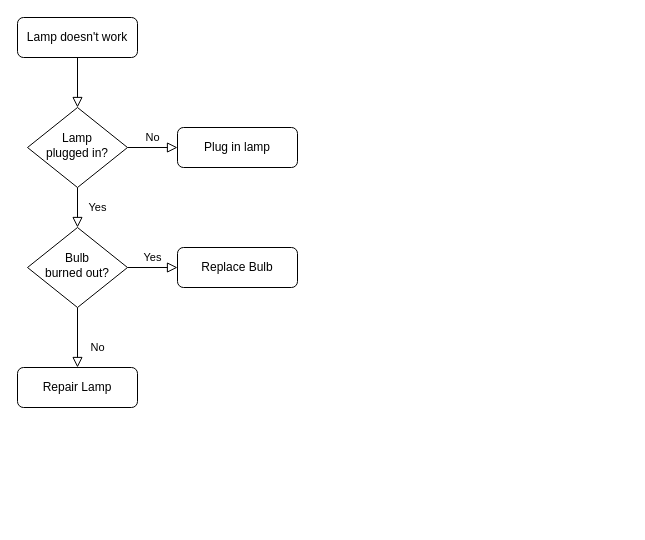
Before: draw/MembershipAPI.drawio in jefo/drawio, a draw.io diagram. Source tidied: cells renumbered, new cells numbered last; positions are measured from the earlier drawing's top-left corner, leaving out a move shared by most shapes. Both pictures are drawn from the tidied source at 100%, with x=0, y=0 at pixel (17, 17).
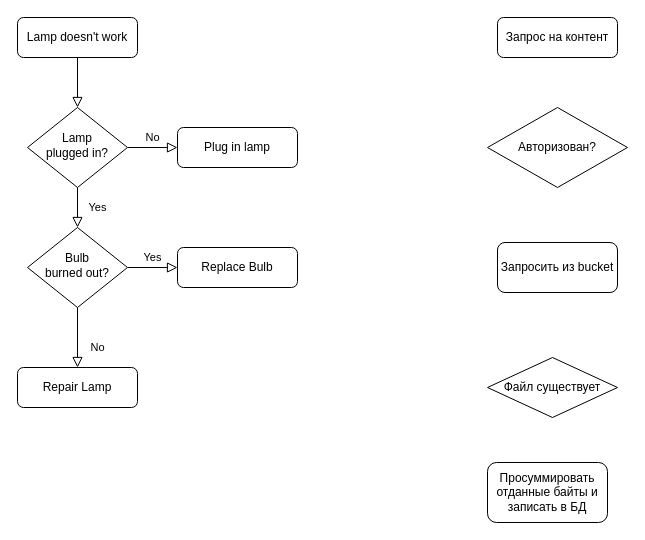
Above is the later version.

The edit, as a diff of the source:
```diff
@@
 <mxGraphModel>
   <root>
     <mxCell id="0" />
     <mxCell id="1" parent="0" />
     <mxCell id="2" style="rounded=0;html=1;jettySize=auto;fontSize=11;endArrow=block;endFill=0;endSize=8;strokeWidth=1;shadow=0;labelBackgroundColor=none;edgeStyle=orthogonalEdgeStyle;" parent="1" edge="1" source="3" target="6">
       <mxGeometry relative="1" as="geometry" />
     </mxCell>
     <mxCell id="3" value="Lamp doesn't work" style="rounded=1;whiteSpace=wrap;html=1;fontSize=12;glass=0;strokeWidth=1;shadow=0;" parent="1" vertex="1">
       <mxGeometry width="120" height="40" as="geometry" />
     </mxCell>
     <mxCell id="4" value="Yes" style="rounded=0;html=1;jettySize=auto;fontSize=11;endArrow=block;endFill=0;endSize=8;strokeWidth=1;shadow=0;labelBackgroundColor=none;edgeStyle=orthogonalEdgeStyle;" parent="1" edge="1" source="6" target="10">
       <mxGeometry y="20" relative="1" as="geometry" />
     </mxCell>
     <mxCell id="5" value="No" style="edgeStyle=orthogonalEdgeStyle;rounded=0;html=1;jettySize=auto;fontSize=11;endArrow=block;endFill=0;endSize=8;strokeWidth=1;shadow=0;labelBackgroundColor=none;" parent="1" edge="1" source="6" target="7">
       <mxGeometry y="10" relative="1" as="geometry" />
     </mxCell>
     <mxCell id="6" value="Lamp&lt;br&gt;plugged in?" style="rhombus;whiteSpace=wrap;html=1;shadow=0;fontFamily=Helvetica;fontSize=12;align=center;strokeWidth=1;spacing=6;spacingTop=-4;" parent="1" vertex="1">
       <mxGeometry x="10" y="90" width="100" height="80" as="geometry" />
     </mxCell>
     <mxCell id="7" value="Plug in lamp" style="rounded=1;whiteSpace=wrap;html=1;fontSize=12;glass=0;strokeWidth=1;shadow=0;" parent="1" vertex="1">
       <mxGeometry x="160" y="110" width="120" height="40" as="geometry" />
     </mxCell>
     <mxCell id="8" value="No" style="rounded=0;html=1;jettySize=auto;fontSize=11;endArrow=block;endFill=0;endSize=8;strokeWidth=1;shadow=0;labelBackgroundColor=none;edgeStyle=orthogonalEdgeStyle;" parent="1" edge="1" source="10" target="11">
       <mxGeometry x="0.33" y="20" relative="1" as="geometry" />
     </mxCell>
     <mxCell id="9" value="Yes" style="edgeStyle=orthogonalEdgeStyle;rounded=0;html=1;jettySize=auto;fontSize=11;endArrow=block;endFill=0;endSize=8;strokeWidth=1;shadow=0;labelBackgroundColor=none;" parent="1" edge="1" source="10" target="12">
       <mxGeometry y="10" relative="1" as="geometry" />
     </mxCell>
     <mxCell id="10" value="Bulb&lt;br&gt;burned out?" style="rhombus;whiteSpace=wrap;html=1;shadow=0;fontFamily=Helvetica;fontSize=12;align=center;strokeWidth=1;spacing=6;spacingTop=-4;" parent="1" vertex="1">
       <mxGeometry x="10" y="210" width="100" height="80" as="geometry" />
     </mxCell>
     <mxCell id="11" value="Repair Lamp" style="rounded=1;whiteSpace=wrap;html=1;fontSize=12;glass=0;strokeWidth=1;shadow=0;" parent="1" vertex="1">
       <mxGeometry y="350" width="120" height="40" as="geometry" />
     </mxCell>
     <mxCell id="12" value="Replace Bulb" style="rounded=1;whiteSpace=wrap;html=1;fontSize=12;glass=0;strokeWidth=1;shadow=0;" parent="1" vertex="1">
       <mxGeometry x="160" y="230" width="120" height="40" as="geometry" />
     </mxCell>
+    <mxCell id="13" value="Запрос на контент" style="rounded=1;whiteSpace=wrap;html=1;" parent="1" vertex="1">
+      <mxGeometry x="480" width="120" height="40" as="geometry" />
+    </mxCell>
+    <mxCell id="14" value="Запросить из bucket" style="rounded=1;whiteSpace=wrap;html=1;" parent="1" vertex="1">
+      <mxGeometry x="480" y="225" width="120" height="50" as="geometry" />
+    </mxCell>
+    <mxCell id="15" value="Файл существует" style="rhombus;whiteSpace=wrap;html=1;" parent="1" vertex="1">
+      <mxGeometry x="470" y="340" width="130" height="60" as="geometry" />
+    </mxCell>
+    <mxCell id="16" value="Просуммировать отданные байты и записать в БД" style="rounded=1;whiteSpace=wrap;html=1;" parent="1" vertex="1">
+      <mxGeometry x="470" y="445" width="120" height="60" as="geometry" />
+    </mxCell>
+    <mxCell id="17" value="Авторизован?" style="rhombus;whiteSpace=wrap;html=1;" parent="1" vertex="1">
+      <mxGeometry x="470" y="90" width="140" height="80" as="geometry" />
+    </mxCell>
   </root>
 </mxGraphModel>
```
